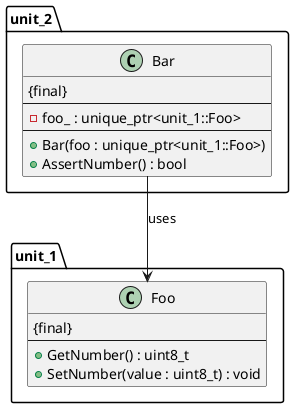
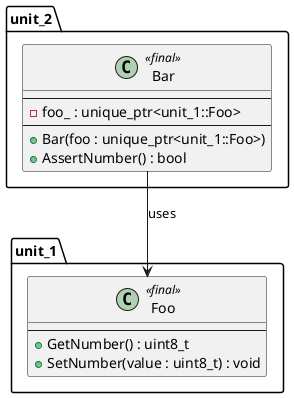
' *******************************************************************************
' Copyright (c) 2026 Contributors to the Eclipse Foundation
'
' See the NOTICE file(s) distributed with this work for additional
' information regarding copyright ownership.
'
' This program and the accompanying materials are made available under the
' terms of the Apache License Version 2.0 which is available at
' https://www.apache.org/licenses/LICENSE-2.0
'
' SPDX-License-Identifier: Apache-2.0
' *******************************************************************************

@startuml unit_2_class_diagram

namespace unit_1 {
-     class Foo {
-         {final}
+     class Foo <<final>>{
        --
        + GetNumber() : uint8_t
        + SetNumber(value : uint8_t) : void
    }
}

namespace unit_2 {
-     class Bar {
-         {final}
+     class Bar <<final>>{
        --
        - foo_ : unique_ptr<unit_1::Foo>
        --
        + Bar(foo : unique_ptr<unit_1::Foo>)
        + AssertNumber() : bool
    }
}

Bar --> Foo : uses

@enduml
